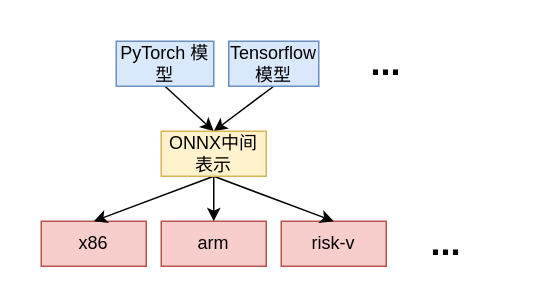
Earlier version of the draw.io diagram page "with_ir" (2 of 2) of IR_releated.drawio (foreignbill/drawio). Source tidied: cells renumbered, new cells numbered last; positions are measured from the earlier drawing's top-left corner, leaving out a move shared by most shapes. Both pictures are drawn from the tidied source at 150%, with x=0, y=0 at pixel (40, 40).
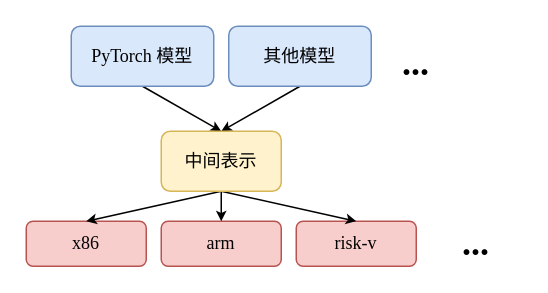
After the change.

What changed in the source:
```diff
@@
 <mxGraphModel>
   <root>
     <mxCell id="0" />
     <mxCell id="1" parent="0" />
-    <mxCell id="2" style="edgeStyle=none;rounded=0;jettySize=auto;html=1;exitX=0.5;exitY=1;exitDx=0;exitDy=0;entryX=0.5;entryY=0;entryDx=0;entryDy=0;fontSize=24;" parent="1" edge="1" source="3" target="14">
+    <mxCell id="2" style="edgeStyle=none;rounded=0;jettySize=auto;html=1;exitX=0.5;exitY=1;exitDx=0;exitDy=0;entryX=0.5;entryY=0;entryDx=0;entryDy=0;fontSize=24;fontFamily=Times New Roman;endSize=4;startSize=4;" parent="1" edge="1" source="3" target="14">
       <mxGeometry relative="1" as="geometry" />
     </mxCell>
-    <mxCell id="3" value="PyTorch 模型" style="rounded=0;whiteSpace=wrap;html=1;fillColor=#dae8fc;strokeColor=#6c8ebf;" parent="1" vertex="1">
-      <mxGeometry x="50" width="65" height="30" as="geometry" />
+    <mxCell id="3" value="PyTorch 模型" style="rounded=1;whiteSpace=wrap;html=1;fillColor=#dae8fc;strokeColor=#6c8ebf;fontFamily=Times New Roman;" parent="1" vertex="1">
+      <mxGeometry x="20" y="-10" width="95" height="40" as="geometry" />
     </mxCell>
-    <mxCell id="4" style="edgeStyle=none;rounded=0;jettySize=auto;html=1;exitX=0.5;exitY=1;exitDx=0;exitDy=0;entryX=0.5;entryY=0;entryDx=0;entryDy=0;fontSize=24;" parent="1" edge="1" source="5" target="14">
+    <mxCell id="4" style="edgeStyle=none;rounded=0;jettySize=auto;html=1;exitX=0.5;exitY=1;exitDx=0;exitDy=0;entryX=0.5;entryY=0;entryDx=0;entryDy=0;fontSize=24;fontFamily=Times New Roman;endSize=4;startSize=4;" parent="1" edge="1" source="5" target="14">
       <mxGeometry relative="1" as="geometry" />
     </mxCell>
-    <mxCell id="5" value="Tensorflow 模型" style="rounded=0;whiteSpace=wrap;html=1;fillColor=#dae8fc;strokeColor=#6c8ebf;" parent="1" vertex="1">
-      <mxGeometry x="125" width="60" height="30" as="geometry" />
+    <mxCell id="5" value="其他模型" style="rounded=1;whiteSpace=wrap;html=1;fillColor=#dae8fc;strokeColor=#6c8ebf;fontFamily=Times New Roman;" parent="1" vertex="1">
+      <mxGeometry x="125" y="-10" width="95" height="40" as="geometry" />
     </mxCell>
-    <mxCell id="6" value="x86" style="rounded=0;whiteSpace=wrap;html=1;fillColor=#f8cecc;strokeColor=#b85450;" parent="1" vertex="1">
-      <mxGeometry y="120" width="70" height="30" as="geometry" />
+    <mxCell id="6" value="x86" style="rounded=1;whiteSpace=wrap;html=1;fillColor=#f8cecc;strokeColor=#b85450;fontFamily=Times New Roman;" parent="1" vertex="1">
+      <mxGeometry x="-10" y="120" width="80" height="30" as="geometry" />
     </mxCell>
-    <mxCell id="7" value="arm" style="rounded=0;whiteSpace=wrap;html=1;fillColor=#f8cecc;strokeColor=#b85450;" parent="1" vertex="1">
-      <mxGeometry x="80" y="120" width="70" height="30" as="geometry" />
+    <mxCell id="7" value="arm" style="rounded=1;whiteSpace=wrap;html=1;fillColor=#f8cecc;strokeColor=#b85450;fontFamily=Times New Roman;" parent="1" vertex="1">
+      <mxGeometry x="80" y="120" width="80" height="30" as="geometry" />
     </mxCell>
-    <mxCell id="8" value="risk-v" style="rounded=0;whiteSpace=wrap;html=1;fillColor=#f8cecc;strokeColor=#b85450;" parent="1" vertex="1">
-      <mxGeometry x="160" y="120" width="70" height="30" as="geometry" />
+    <mxCell id="8" value="risk-v" style="rounded=1;whiteSpace=wrap;html=1;fillColor=#f8cecc;strokeColor=#b85450;fontFamily=Times New Roman;" parent="1" vertex="1">
+      <mxGeometry x="170" y="120" width="80" height="30" as="geometry" />
     </mxCell>
-    <mxCell id="9" value="..." style="text;html=1;strokeColor=none;fillColor=none;align=center;verticalAlign=middle;whiteSpace=wrap;rounded=0;fontStyle=1;fontSize=24;labelPosition=center;verticalLabelPosition=middle;labelBackgroundColor=none;" parent="1" vertex="1">
-      <mxGeometry x="200" width="60" height="30" as="geometry" />
+    <mxCell id="9" value="..." style="text;html=1;strokeColor=none;fillColor=none;align=center;verticalAlign=middle;whiteSpace=wrap;rounded=0;fontStyle=1;fontSize=24;labelPosition=center;verticalLabelPosition=middle;labelBackgroundColor=none;fontFamily=Times New Roman;" parent="1" vertex="1">
+      <mxGeometry x="220" width="60" height="30" as="geometry" />
     </mxCell>
-    <mxCell id="10" value="..." style="text;html=1;strokeColor=none;fillColor=none;align=center;verticalAlign=middle;whiteSpace=wrap;rounded=0;fontStyle=1;fontSize=24;labelPosition=center;verticalLabelPosition=middle;labelBackgroundColor=none;" parent="1" vertex="1">
-      <mxGeometry x="240" y="120" width="60" height="30" as="geometry" />
+    <mxCell id="10" value="..." style="text;html=1;strokeColor=none;fillColor=none;align=center;verticalAlign=middle;whiteSpace=wrap;rounded=0;fontStyle=1;fontSize=24;labelPosition=center;verticalLabelPosition=middle;labelBackgroundColor=none;fontFamily=Times New Roman;" parent="1" vertex="1">
+      <mxGeometry x="260" y="120" width="60" height="30" as="geometry" />
     </mxCell>
-    <mxCell id="11" style="edgeStyle=none;rounded=0;jettySize=auto;html=1;exitX=0.5;exitY=1;exitDx=0;exitDy=0;entryX=0.5;entryY=0;entryDx=0;entryDy=0;fontSize=24;" parent="1" edge="1" source="14" target="6">
+    <mxCell id="11" style="edgeStyle=none;rounded=0;jettySize=auto;html=1;exitX=0.5;exitY=1;exitDx=0;exitDy=0;entryX=0.5;entryY=0;entryDx=0;entryDy=0;fontSize=24;fontFamily=Times New Roman;endSize=4;startSize=4;" parent="1" edge="1" source="14" target="6">
       <mxGeometry relative="1" as="geometry" />
     </mxCell>
-    <mxCell id="12" style="edgeStyle=none;rounded=0;jettySize=auto;html=1;exitX=0.5;exitY=1;exitDx=0;exitDy=0;fontSize=24;" parent="1" edge="1" source="14" target="7">
+    <mxCell id="12" style="edgeStyle=none;rounded=0;jettySize=auto;html=1;exitX=0.5;exitY=1;exitDx=0;exitDy=0;fontSize=24;fontFamily=Times New Roman;endSize=4;startSize=4;" parent="1" edge="1" source="14" target="7">
       <mxGeometry relative="1" as="geometry" />
     </mxCell>
-    <mxCell id="13" style="edgeStyle=none;rounded=0;jettySize=auto;html=1;exitX=0.5;exitY=1;exitDx=0;exitDy=0;entryX=0.5;entryY=0;entryDx=0;entryDy=0;fontSize=24;" parent="1" edge="1" source="14" target="8">
+    <mxCell id="13" style="edgeStyle=none;rounded=0;jettySize=auto;html=1;exitX=0.5;exitY=1;exitDx=0;exitDy=0;entryX=0.5;entryY=0;entryDx=0;entryDy=0;fontSize=24;fontFamily=Times New Roman;endSize=4;startSize=4;" parent="1" edge="1" source="14" target="8">
       <mxGeometry relative="1" as="geometry" />
     </mxCell>
-    <mxCell id="14" value="ONNX中间表示" style="rounded=0;whiteSpace=wrap;html=1;fillColor=#fff2cc;strokeColor=#d6b656;" parent="1" vertex="1">
-      <mxGeometry x="80" y="60" width="70" height="30" as="geometry" />
+    <mxCell id="14" value="中间表示" style="rounded=1;whiteSpace=wrap;html=1;fillColor=#fff2cc;strokeColor=#d6b656;fontFamily=Times New Roman;" parent="1" vertex="1">
+      <mxGeometry x="80" y="60" width="80" height="40" as="geometry" />
     </mxCell>
   </root>
 </mxGraphModel>
```
